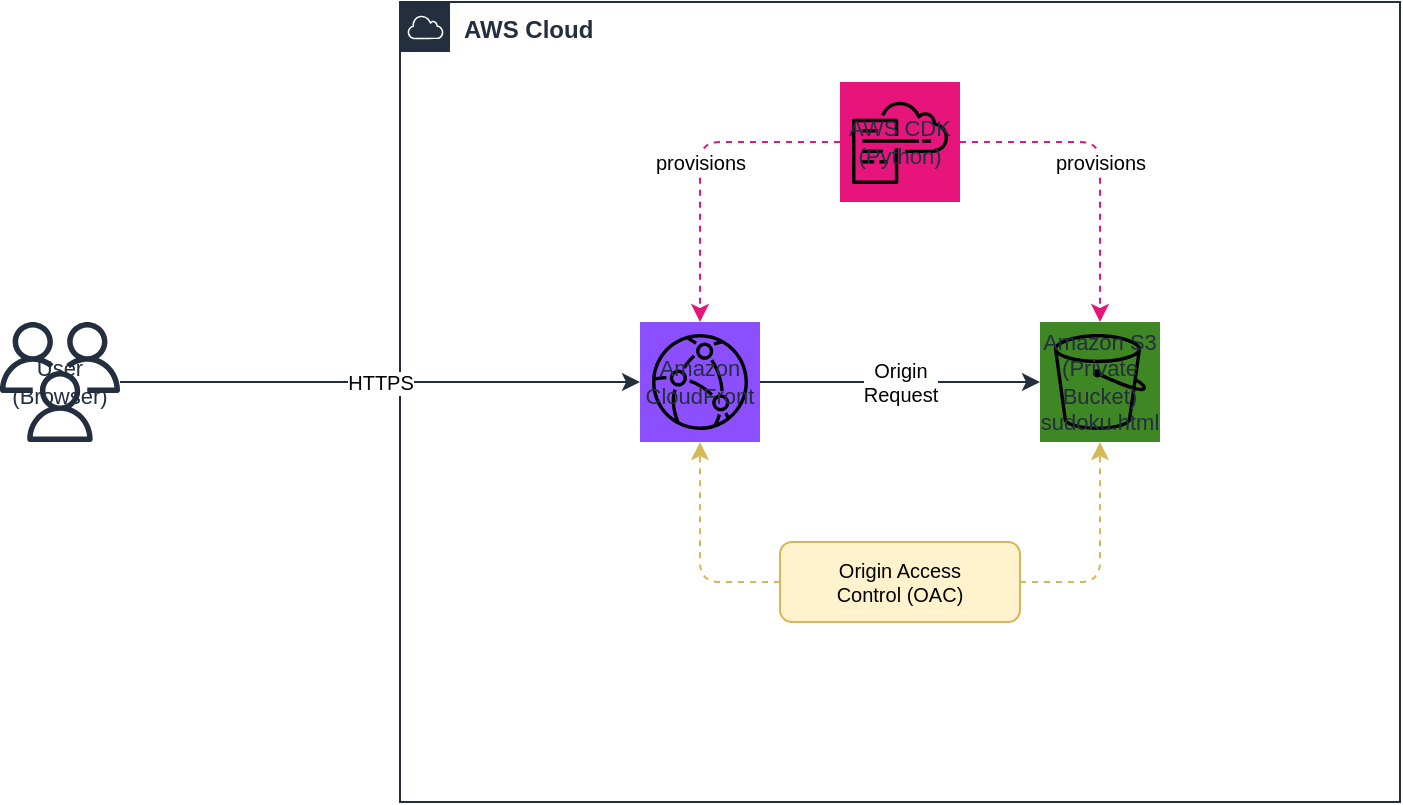
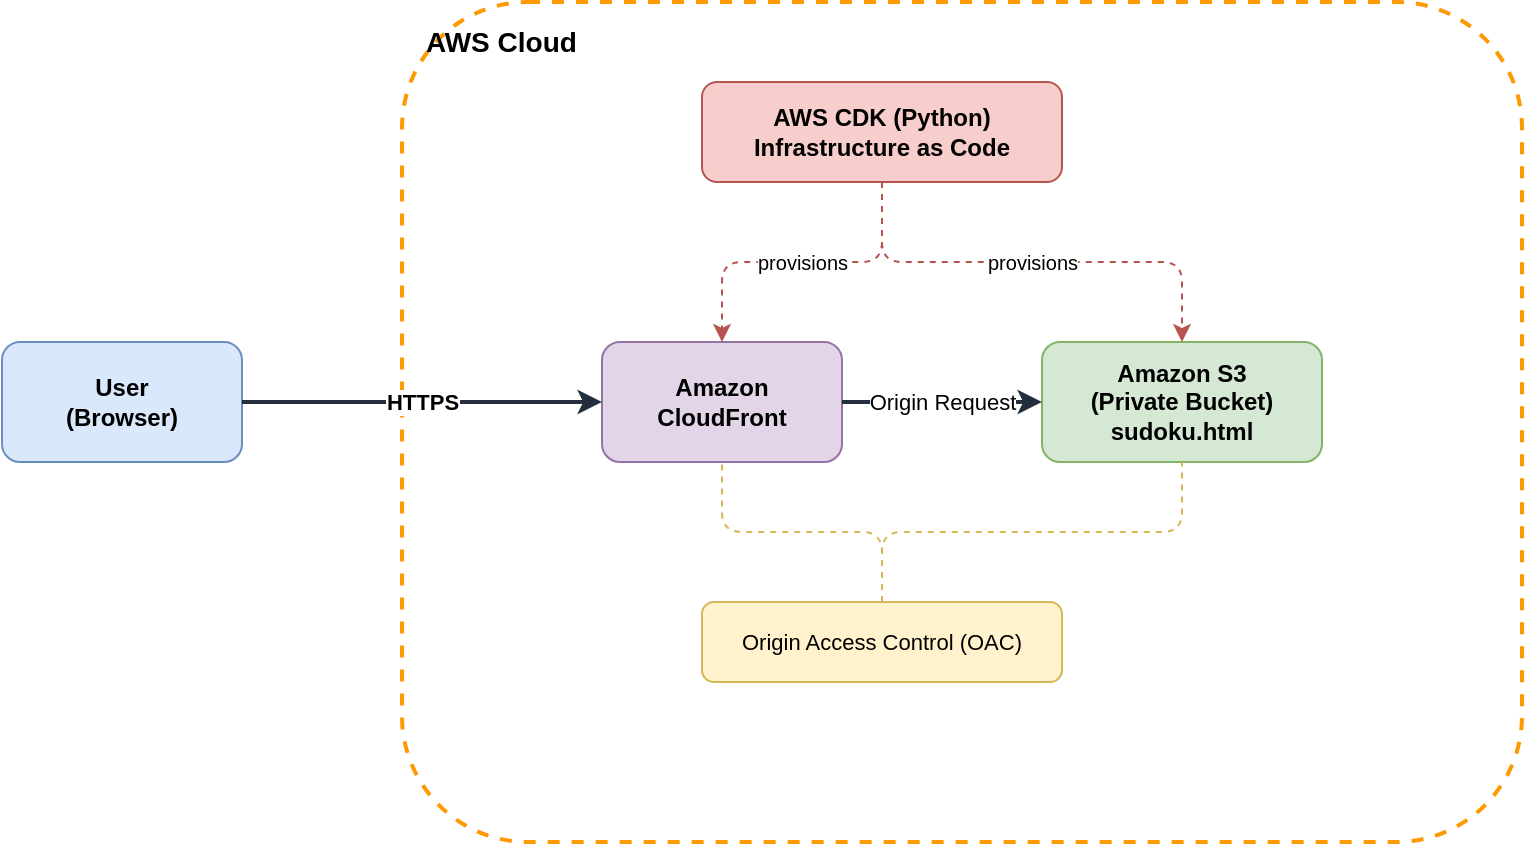
<mxfile host="app.diagrams.net">
  <diagram name="Architecture" id="sudoku-arch">
    <mxGraphModel dx="1200" dy="800" grid="1" gridSize="10" guides="1" tooltips="1" connect="1" arrows="1" fold="1" page="1" pageScale="1" pageWidth="1100" pageHeight="850">
      <root>
        <mxCell id="0" />
        <mxCell id="1" parent="0" />

        <!-- AWS Cloud boundary -->
-         <mxCell id="2" value="AWS Cloud" style="points=[[0,0],[0.25,0],[0.5,0],[0.75,0],[1,0],[1,0.25],[1,0.5],[1,0.75],[1,1],[0.75,1],[0.5,1],[0.25,1],[0,1],[0,0.75],[0,0.5],[0,0.25]];outlineConnect=0;gradientColor=none;html=1;whiteSpace=wrap;fontSize=12;fontStyle=1;shape=mxgraph.aws4.group;grIcon=mxgraph.aws4.group_aws_cloud;strokeColor=#232F3E;fillColor=none;verticalAlign=top;align=left;spacingLeft=30;fontColor=#232F3E;dashed=0;" vertex="1" parent="1">
-           <mxGeometry x="300" y="100" width="500" height="400" as="geometry" />
+         <mxCell id="2" value="AWS Cloud" style="rounded=1;whiteSpace=wrap;html=1;fillColor=none;strokeColor=#FF9900;strokeWidth=2;dashed=1;fontSize=14;fontStyle=1;verticalAlign=top;align=left;spacingLeft=10;spacingTop=5;" vertex="1" parent="1">
+           <mxGeometry x="280" y="80" width="560" height="420" as="geometry" />
        </mxCell>

        <!-- User -->
-         <mxCell id="3" value="User&#xa;(Browser)" style="shape=mxgraph.aws4.users;html=1;whiteSpace=wrap;fontSize=11;fontColor=#232F3E;strokeColor=none;fillColor=#232F3E;" vertex="1" parent="1">
-           <mxGeometry x="100" y="260" width="60" height="60" as="geometry" />
+         <mxCell id="3" value="User&#xa;(Browser)" style="rounded=1;whiteSpace=wrap;html=1;fillColor=#dae8fc;strokeColor=#6c8ebf;fontSize=12;fontStyle=1;" vertex="1" parent="1">
+           <mxGeometry x="80" y="250" width="120" height="60" as="geometry" />
        </mxCell>

        <!-- CloudFront -->
-         <mxCell id="4" value="Amazon&#xa;CloudFront" style="shape=mxgraph.aws4.resourceIcon;resIcon=mxgraph.aws4.cloudfront;html=1;whiteSpace=wrap;fontSize=11;fontColor=#232F3E;strokeColor=none;fillColor=#8C4FFF;" vertex="1" parent="1">
-           <mxGeometry x="420" y="260" width="60" height="60" as="geometry" />
+         <mxCell id="4" value="Amazon&#xa;CloudFront" style="rounded=1;whiteSpace=wrap;html=1;fillColor=#e1d5e7;strokeColor=#9673a6;fontSize=12;fontStyle=1;" vertex="1" parent="1">
+           <mxGeometry x="380" y="250" width="120" height="60" as="geometry" />
        </mxCell>

        <!-- S3 Bucket -->
-         <mxCell id="5" value="Amazon S3&#xa;(Private Bucket)&#xa;sudoku.html" style="shape=mxgraph.aws4.resourceIcon;resIcon=mxgraph.aws4.s3;html=1;whiteSpace=wrap;fontSize=11;fontColor=#232F3E;strokeColor=none;fillColor=#3F8624;" vertex="1" parent="1">
-           <mxGeometry x="620" y="260" width="60" height="60" as="geometry" />
+         <mxCell id="5" value="Amazon S3&#xa;(Private Bucket)&#xa;sudoku.html" style="rounded=1;whiteSpace=wrap;html=1;fillColor=#d5e8d4;strokeColor=#82b366;fontSize=12;fontStyle=1;" vertex="1" parent="1">
+           <mxGeometry x="600" y="250" width="140" height="60" as="geometry" />
        </mxCell>

        <!-- OAC -->
-         <mxCell id="6" value="Origin Access&#xa;Control (OAC)" style="rounded=1;whiteSpace=wrap;html=1;fontSize=10;fillColor=#fff2cc;strokeColor=#d6b656;" vertex="1" parent="1">
-           <mxGeometry x="490" y="370" width="120" height="40" as="geometry" />
+         <mxCell id="6" value="Origin Access Control (OAC)" style="rounded=1;whiteSpace=wrap;html=1;fillColor=#fff2cc;strokeColor=#d6b656;fontSize=11;" vertex="1" parent="1">
+           <mxGeometry x="430" y="380" width="180" height="40" as="geometry" />
        </mxCell>

        <!-- CDK -->
-         <mxCell id="7" value="AWS CDK&#xa;(Python)" style="shape=mxgraph.aws4.resourceIcon;resIcon=mxgraph.aws4.cloudformation;html=1;whiteSpace=wrap;fontSize=11;fontColor=#232F3E;strokeColor=none;fillColor=#E7157B;" vertex="1" parent="1">
-           <mxGeometry x="520" y="140" width="60" height="60" as="geometry" />
+         <mxCell id="7" value="AWS CDK (Python)&#xa;Infrastructure as Code" style="rounded=1;whiteSpace=wrap;html=1;fillColor=#f8cecc;strokeColor=#b85450;fontSize=12;fontStyle=1;" vertex="1" parent="1">
+           <mxGeometry x="430" y="120" width="180" height="50" as="geometry" />
        </mxCell>

-         <!-- Arrows -->
        <!-- User -> CloudFront -->
-         <mxCell id="10" value="HTTPS" style="edgeStyle=orthogonalEdgeStyle;rounded=1;html=1;strokeColor=#232F3E;fontSize=10;" edge="1" source="3" target="4" parent="1">
+         <mxCell id="10" value="HTTPS" style="edgeStyle=orthogonalEdgeStyle;rounded=1;html=1;strokeColor=#232F3E;strokeWidth=2;fontSize=11;fontStyle=1;" edge="1" source="3" target="4" parent="1">
          <mxGeometry relative="1" as="geometry" />
        </mxCell>

        <!-- CloudFront -> S3 -->
-         <mxCell id="11" value="Origin&#xa;Request" style="edgeStyle=orthogonalEdgeStyle;rounded=1;html=1;strokeColor=#232F3E;fontSize=10;" edge="1" source="4" target="5" parent="1">
+         <mxCell id="11" value="Origin Request" style="edgeStyle=orthogonalEdgeStyle;rounded=1;html=1;strokeColor=#232F3E;strokeWidth=2;fontSize=11;" edge="1" source="4" target="5" parent="1">
          <mxGeometry relative="1" as="geometry" />
        </mxCell>

-         <!-- OAC connection -->
-         <mxCell id="12" value="" style="edgeStyle=orthogonalEdgeStyle;rounded=1;html=1;strokeColor=#d6b656;dashed=1;fontSize=10;" edge="1" source="6" target="4" parent="1">
-           <mxGeometry relative="1" as="geometry" />
-         </mxCell>
-         <mxCell id="13" value="" style="edgeStyle=orthogonalEdgeStyle;rounded=1;html=1;strokeColor=#d6b656;dashed=1;fontSize=10;" edge="1" source="6" target="5" parent="1">
+         <!-- OAC to CloudFront -->
+         <mxCell id="12" value="" style="edgeStyle=orthogonalEdgeStyle;rounded=1;html=1;strokeColor=#d6b656;dashed=1;endArrow=none;" edge="1" source="6" target="4" parent="1">
          <mxGeometry relative="1" as="geometry" />
        </mxCell>

-         <!-- CDK manages -->
-         <mxCell id="14" value="provisions" style="edgeStyle=orthogonalEdgeStyle;rounded=1;html=1;strokeColor=#E7157B;dashed=1;fontSize=10;" edge="1" source="7" target="4" parent="1">
+         <!-- OAC to S3 -->
+         <mxCell id="13" value="" style="edgeStyle=orthogonalEdgeStyle;rounded=1;html=1;strokeColor=#d6b656;dashed=1;endArrow=none;" edge="1" source="6" target="5" parent="1">
          <mxGeometry relative="1" as="geometry" />
        </mxCell>
-         <mxCell id="15" value="provisions" style="edgeStyle=orthogonalEdgeStyle;rounded=1;html=1;strokeColor=#E7157B;dashed=1;fontSize=10;" edge="1" source="7" target="5" parent="1">
+ 
+         <!-- CDK -> CloudFront -->
+         <mxCell id="14" value="provisions" style="edgeStyle=orthogonalEdgeStyle;rounded=1;html=1;strokeColor=#b85450;dashed=1;fontSize=10;" edge="1" source="7" target="4" parent="1">
+           <mxGeometry relative="1" as="geometry" />
+         </mxCell>
+ 
+         <!-- CDK -> S3 -->
+         <mxCell id="15" value="provisions" style="edgeStyle=orthogonalEdgeStyle;rounded=1;html=1;strokeColor=#b85450;dashed=1;fontSize=10;" edge="1" source="7" target="5" parent="1">
          <mxGeometry relative="1" as="geometry" />
        </mxCell>

      </root>
    </mxGraphModel>
  </diagram>
</mxfile>
